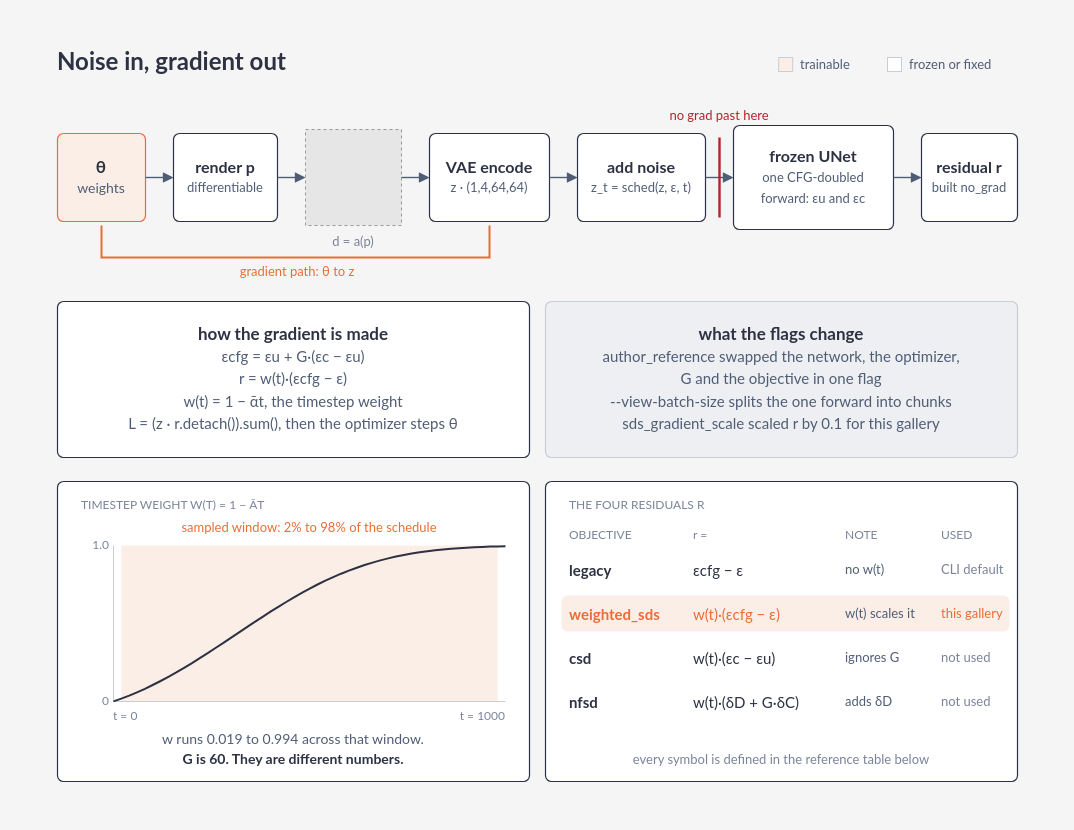
The draw.io diagram docs/figures/sds.drawio in Portocolom-Studio/potocolom, before the edit. Source tidied: cells renumbered, new cells numbered last; positions are measured from the earlier drawing's top-left corner, leaving out a move shared by most shapes. Both pictures are drawn from the tidied source at 100%, with x=0, y=0 at pixel (17, 17). Pictures stored in the file or linked from it are replaced by grey dashed boxes.
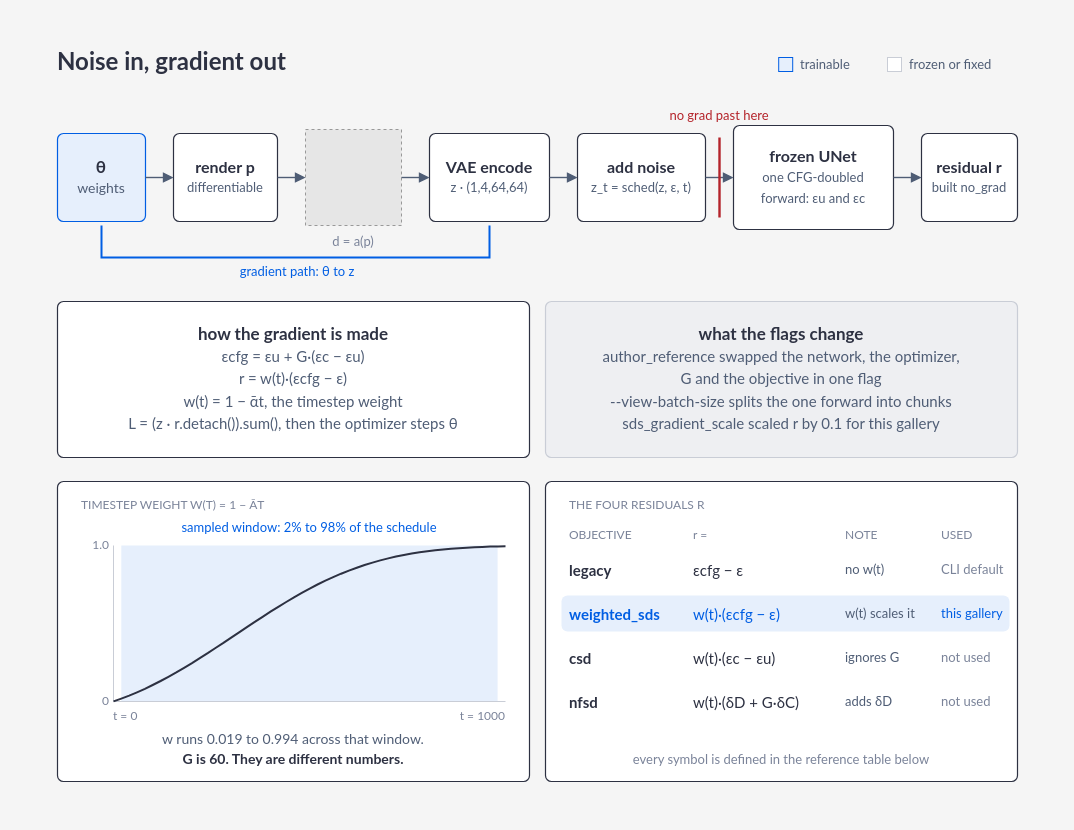
The same diagram, later.

Diff of the diagram source:
```diff
@@
-    <mxCell id="6" style="rounded=0;absoluteArcSize=1;arcSize=12;whiteSpace=wrap;html=1;fillColor=#fbeee7;strokeColor=#c9cdd6;strokeWidth=1;fontFamily=Lato;fontSize=16;fontColor=#2d3142;fontStyle=1;align=center;verticalAlign=middle;spacing=10;" parent="1" vertex="1">
+    <mxCell id="6" style="rounded=0;absoluteArcSize=1;arcSize=12;whiteSpace=wrap;html=1;fillColor=#e6effc;strokeColor=#005ee3;strokeWidth=1;fontFamily=Lato;fontSize=16;fontColor=#2d3142;fontStyle=1;align=center;verticalAlign=middle;spacing=10;" parent="1" vertex="1">
       <mxGeometry x="761.2" y="40" width="14" height="14" as="geometry" />
     </mxCell>
@@
-    <mxCell id="8" value="&lt;b&gt;θ&lt;/b&gt;&lt;br&gt;&lt;span style=&quot;font-size:14px;font-weight:normal;color:#4f5d75;line-height:1.5&quot;&gt;weights&lt;/span&gt;" style="rounded=1;absoluteArcSize=1;arcSize=12;whiteSpace=wrap;html=1;fillColor=#fbeee7;strokeColor=#eb6c36;strokeWidth=1.2;fontFamily=Lato;fontSize=17;fontColor=#2d3142;fontStyle=0;align=center;verticalAlign=middle;spacing=10;" parent="1" vertex="1">
+    <mxCell id="8" value="&lt;b&gt;θ&lt;/b&gt;&lt;br&gt;&lt;span style=&quot;font-size:14px;font-weight:normal;color:#4f5d75;line-height:1.5&quot;&gt;weights&lt;/span&gt;" style="rounded=1;absoluteArcSize=1;arcSize=12;whiteSpace=wrap;html=1;fillColor=#e6effc;strokeColor=#005ee3;strokeWidth=1.2;fontFamily=Lato;fontSize=17;fontColor=#2d3142;fontStyle=0;align=center;verticalAlign=middle;spacing=10;" parent="1" vertex="1">
       <mxGeometry x="40" y="116" width="88" height="88" as="geometry" />
     </mxCell>
@@
-    <mxCell id="22" style="html=1;rounded=0;strokeColor=#eb6c36;strokeWidth=2;endArrow=none;" parent="1" edge="1">
+    <mxCell id="22" style="html=1;rounded=0;strokeColor=#005ee3;strokeWidth=2;endArrow=none;" parent="1" edge="1">
       <mxGeometry relative="1" as="geometry">
         <mxPoint x="84" y="208" as="sourcePoint" />
         <mxPoint x="472" y="208" as="targetPoint" />
         <Array as="points">
           <mxPoint x="84" y="240" />
           <mxPoint x="472" y="240" />
         </Array>
       </mxGeometry>
     </mxCell>
-    <mxCell id="23" value="gradient path: θ to z" style="text;html=1;whiteSpace=wrap;fontFamily=Lato;fontSize=13;fontColor=#eb6c36;fontStyle=0;align=center;verticalAlign=middle;spacing=0;" parent="1" vertex="1">
+    <mxCell id="23" value="gradient path: θ to z" style="text;html=1;whiteSpace=wrap;fontFamily=Lato;fontSize=13;fontColor=#005ee3;fontStyle=0;align=center;verticalAlign=middle;spacing=0;" parent="1" vertex="1">
       <mxGeometry x="180" y="244" width="200" height="20" as="geometry" />
     </mxCell>
@@
-    <mxCell id="30" style="rounded=0;absoluteArcSize=1;arcSize=12;whiteSpace=wrap;html=1;fillColor=#fbeee7;strokeColor=none;strokeWidth=1.2;fontFamily=Lato;fontSize=16;fontColor=#2d3142;fontStyle=1;align=center;verticalAlign=middle;spacing=10;" parent="1" vertex="1">
+    <mxCell id="30" style="rounded=0;absoluteArcSize=1;arcSize=12;whiteSpace=wrap;html=1;fillColor=#e6effc;strokeColor=none;strokeWidth=1.2;fontFamily=Lato;fontSize=16;fontColor=#2d3142;fontStyle=1;align=center;verticalAlign=middle;spacing=10;" parent="1" vertex="1">
       <mxGeometry x="103.8" y="528" width="376.3" height="156" as="geometry" />
     </mxCell>
-    <mxCell id="31" value="sampled window: 2% to 98% of the schedule" style="text;html=1;whiteSpace=wrap;fontFamily=Lato;fontSize=13;fontColor=#eb6c36;fontStyle=0;align=center;verticalAlign=middle;spacing=0;" parent="1" vertex="1">
+    <mxCell id="31" value="sampled window: 2% to 98% of the schedule" style="text;html=1;whiteSpace=wrap;fontFamily=Lato;fontSize=13;fontColor=#005ee3;fontStyle=0;align=center;verticalAlign=middle;spacing=0;" parent="1" vertex="1">
       <mxGeometry x="96" y="500" width="392" height="20" as="geometry" />
     </mxCell>
@@
-    <mxCell id="51" style="rounded=1;absoluteArcSize=1;arcSize=12;whiteSpace=wrap;html=1;fillColor=#fbeee7;strokeColor=none;strokeWidth=1.2;fontFamily=Lato;fontSize=16;fontColor=#2d3142;fontStyle=1;align=center;verticalAlign=middle;spacing=10;" parent="1" vertex="1">
+    <mxCell id="51" style="rounded=1;absoluteArcSize=1;arcSize=12;whiteSpace=wrap;html=1;fillColor=#e6effc;strokeColor=none;strokeWidth=1.2;fontFamily=Lato;fontSize=16;fontColor=#2d3142;fontStyle=1;align=center;verticalAlign=middle;spacing=10;" parent="1" vertex="1">
       <mxGeometry x="544" y="578" width="448" height="36" as="geometry" />
     </mxCell>
-    <mxCell id="52" value="weighted_sds" style="text;html=1;whiteSpace=wrap;fontFamily=Lato;fontSize=15;fontColor=#eb6c36;fontStyle=1;align=left;verticalAlign=middle;spacing=0;" parent="1" vertex="1">
+    <mxCell id="52" value="weighted_sds" style="text;html=1;whiteSpace=wrap;fontFamily=Lato;fontSize=15;fontColor=#005ee3;fontStyle=1;align=left;verticalAlign=middle;spacing=0;" parent="1" vertex="1">
       <mxGeometry x="552" y="584" width="120" height="24" as="geometry" />
     </mxCell>
-    <mxCell id="53" value="w(t)·(εcfg − ε)" style="text;html=1;whiteSpace=wrap;fontFamily=Lato;fontSize=15;fontColor=#eb6c36;fontStyle=0;align=left;verticalAlign=middle;spacing=0;" parent="1" vertex="1">
+    <mxCell id="53" value="w(t)·(εcfg − ε)" style="text;html=1;whiteSpace=wrap;fontFamily=Lato;fontSize=15;fontColor=#005ee3;fontStyle=0;align=left;verticalAlign=middle;spacing=0;" parent="1" vertex="1">
       <mxGeometry x="676" y="584" width="148" height="24" as="geometry" />
     </mxCell>
@@
-    <mxCell id="55" value="this gallery" style="text;html=1;whiteSpace=wrap;fontFamily=Lato;fontSize=13;fontColor=#eb6c36;fontStyle=0;align=left;verticalAlign=middle;spacing=0;" parent="1" vertex="1">
+    <mxCell id="55" value="this gallery" style="text;html=1;whiteSpace=wrap;fontFamily=Lato;fontSize=13;fontColor=#005ee3;fontStyle=0;align=left;verticalAlign=middle;spacing=0;" parent="1" vertex="1">
       <mxGeometry x="924" y="584" width="72" height="24" as="geometry" />
     </mxCell>
```
